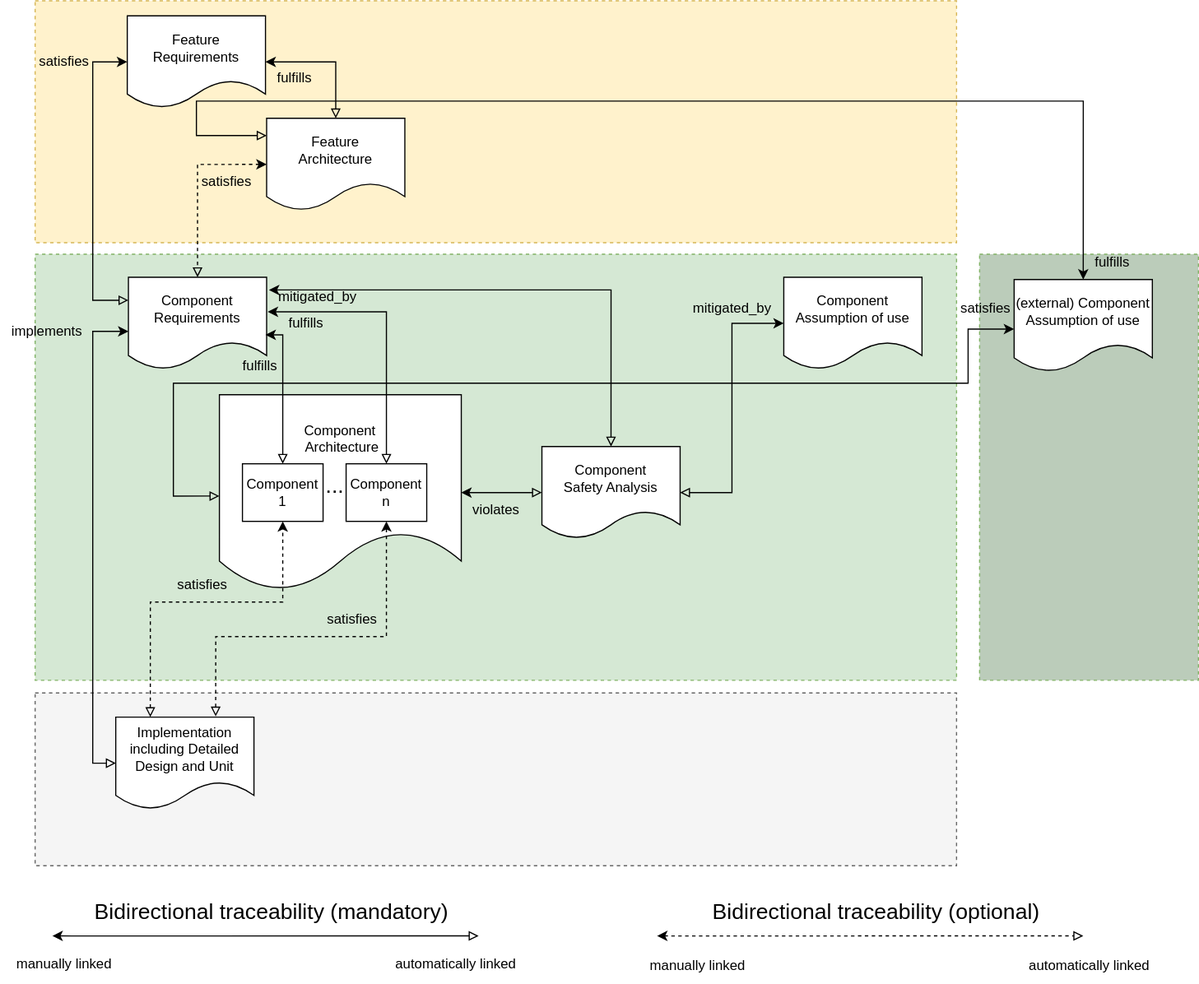
eclipse-score/process_description keeps this draw.io diagram as main/_images/score_traceability_model_cmp_overview_2.drawio.svg. Above is the earlier version. Source tidied: cells renumbered, new cells last; positions are measured from the earlier drawing's top-left corner, leaving out a move shared by most shapes. The source it was exported from:
```xml
<mxGraphModel>
  <root>
    <mxCell id="0" />
    <mxCell id="1" parent="0" />
    <mxCell id="2" style="rounded=0;whiteSpace=wrap;html=1;dashed=1;fillColor=#fff2cc;strokeColor=#d6b656;" parent="1" vertex="1">
      <mxGeometry x="30" width="800" height="210" as="geometry" />
    </mxCell>
    <mxCell id="3" style="rounded=0;whiteSpace=wrap;html=1;dashed=1;fillColor=#d5e8d4;strokeColor=#82b366;" parent="1" vertex="1">
      <mxGeometry x="30" y="220" width="800" height="370" as="geometry" />
    </mxCell>
    <mxCell id="4" value="Component Assumption of use" style="shape=document;whiteSpace=wrap;html=1;boundedLbl=1;" parent="1" vertex="1">
      <mxGeometry x="680" y="240" width="120" height="80" as="geometry" />
    </mxCell>
    <mxCell id="5" value="Feature Requirements" style="shape=document;whiteSpace=wrap;html=1;boundedLbl=1;" parent="1" vertex="1">
      <mxGeometry x="110" y="13" width="120" height="80" as="geometry" />
    </mxCell>
    <mxCell id="6" style="edgeStyle=orthogonalEdgeStyle;rounded=0;jettySize=auto;html=1;entryX=0;entryY=0.5;entryDx=0;entryDy=0;startArrow=block;startFill=0;exitX=0;exitY=0.25;exitDx=0;exitDy=0;" parent="1" edge="1" source="8" target="5">
      <mxGeometry relative="1" as="geometry">
        <Array as="points">
          <mxPoint x="80" y="260" />
          <mxPoint x="80" y="53" />
        </Array>
      </mxGeometry>
    </mxCell>
    <mxCell id="7" style="edgeStyle=orthogonalEdgeStyle;rounded=0;jettySize=auto;html=1;entryX=0.5;entryY=0;entryDx=0;entryDy=0;exitX=1.017;exitY=0.138;exitDx=0;exitDy=0;startArrow=classic;startFill=1;exitPerimeter=0;endArrow=block;endFill=0;" parent="1" edge="1" source="8" target="12">
      <mxGeometry x="0.41" relative="1" as="geometry">
        <Array as="points">
          <mxPoint x="530" y="251" />
        </Array>
      </mxGeometry>
    </mxCell>
    <mxCell id="8" value="Component Requirements" style="shape=document;whiteSpace=wrap;html=1;boundedLbl=1;" parent="1" vertex="1">
      <mxGeometry x="111" y="240" width="120" height="80" as="geometry" />
    </mxCell>
    <mxCell id="9" value="Component&lt;br&gt;&amp;nbsp;Architecture&lt;br&gt;&lt;br&gt;&lt;br&gt;&lt;br&gt;" style="shape=document;whiteSpace=wrap;html=1;boundedLbl=1;" parent="1" vertex="1">
      <mxGeometry x="190" y="342" width="210" height="170" as="geometry" />
    </mxCell>
    <mxCell id="10" style="edgeStyle=orthogonalEdgeStyle;rounded=0;jettySize=auto;html=1;entryX=1;entryY=0.5;entryDx=0;entryDy=0;exitX=0.5;exitY=0;exitDx=0;exitDy=0;startArrow=block;startFill=0;" parent="1" edge="1" source="15" target="5">
      <mxGeometry relative="1" as="geometry" />
    </mxCell>
    <mxCell id="11" style="edgeStyle=orthogonalEdgeStyle;rounded=0;jettySize=auto;html=1;entryX=1;entryY=0.5;entryDx=0;entryDy=0;exitX=0;exitY=0.5;exitDx=0;exitDy=0;startArrow=block;startFill=0;" parent="1" edge="1" source="12" target="9">
      <mxGeometry x="0.51" relative="1" as="geometry" />
    </mxCell>
    <mxCell id="12" value="Component&lt;br&gt;Safety Analysis" style="shape=document;whiteSpace=wrap;html=1;boundedLbl=1;" parent="1" vertex="1">
      <mxGeometry x="470" y="387" width="120" height="80" as="geometry" />
    </mxCell>
    <mxCell id="13" style="edgeStyle=orthogonalEdgeStyle;rounded=0;jettySize=auto;html=1;startArrow=classic;startFill=1;entryX=1;entryY=0.5;entryDx=0;entryDy=0;exitX=0;exitY=0.5;exitDx=0;exitDy=0;endArrow=block;endFill=0;" parent="1" edge="1" source="4" target="12">
      <mxGeometry relative="1" as="geometry" />
    </mxCell>
    <mxCell id="14" style="edgeStyle=orthogonalEdgeStyle;rounded=0;jettySize=auto;html=1;entryX=0.5;entryY=0;entryDx=0;entryDy=0;startArrow=classic;startFill=1;exitX=0;exitY=0.5;exitDx=0;exitDy=0;dashed=1;endArrow=block;endFill=0;" parent="1" edge="1" source="15" target="8">
      <mxGeometry relative="1" as="geometry" />
    </mxCell>
    <mxCell id="15" value="Feature&lt;br&gt;Architecture" style="shape=document;whiteSpace=wrap;html=1;boundedLbl=1;" parent="1" vertex="1">
      <mxGeometry x="231" y="102" width="120" height="80" as="geometry" />
    </mxCell>
    <mxCell id="16" value="&lt;div style=&quot;font-family: Consolas, &amp;quot;Courier New&amp;quot;, monospace; line-height: 19px;&quot;&gt;&lt;br&gt;&lt;/div&gt;" style="text;html=1;align=center;verticalAlign=middle;strokeColor=none;fillColor=none;fontSize=6;fontColor=#000000;" parent="1" vertex="1">
      <mxGeometry x="155" y="48" width="20" height="30" as="geometry" />
    </mxCell>
    <mxCell id="17" style="rounded=0;whiteSpace=wrap;html=1;dashed=1;fillColor=#BBCCBA;strokeColor=#82b366;" parent="1" vertex="1">
      <mxGeometry x="850" y="220" width="190" height="370" as="geometry" />
    </mxCell>
    <mxCell id="18" style="edgeStyle=orthogonalEdgeStyle;rounded=0;jettySize=auto;html=1;entryX=0;entryY=0.25;entryDx=0;entryDy=0;fontSize=19;startArrow=classic;startFill=1;exitX=0.5;exitY=0;exitDx=0;exitDy=0;endArrow=block;endFill=0;" parent="1" edge="1" source="19">
      <mxGeometry relative="1" as="geometry">
        <mxPoint x="231" y="117" as="targetPoint" />
        <Array as="points">
          <mxPoint x="940" y="87" />
          <mxPoint x="170" y="87" />
          <mxPoint x="170" y="117" />
        </Array>
      </mxGeometry>
    </mxCell>
    <mxCell id="19" value="(external) Component Assumption of use" style="shape=document;whiteSpace=wrap;html=1;boundedLbl=1;" parent="1" vertex="1">
      <mxGeometry x="880" y="242" width="120" height="80" as="geometry" />
    </mxCell>
    <mxCell id="20" style="edgeStyle=orthogonalEdgeStyle;rounded=0;orthogonalLoop=1;jettySize=auto;html=1;exitX=0;exitY=0.5;exitDx=0;exitDy=0;startArrow=block;startFill=0;entryX=0;entryY=0.5;entryDx=0;entryDy=0;" parent="1" edge="1">
      <mxGeometry relative="1" as="geometry">
        <mxPoint x="190" y="430" as="sourcePoint" />
        <mxPoint x="880" y="285" as="targetPoint" />
        <Array as="points">
          <mxPoint x="150" y="430" />
          <mxPoint x="150" y="332" />
          <mxPoint x="840" y="332" />
          <mxPoint x="840" y="285" />
        </Array>
      </mxGeometry>
    </mxCell>
    <mxCell id="21" style="rounded=0;whiteSpace=wrap;html=1;dashed=1;fillColor=#f5f5f5;fontColor=#333333;strokeColor=#666666;" parent="1" vertex="1">
      <mxGeometry x="30" y="601" width="800" height="150" as="geometry" />
    </mxCell>
    <mxCell id="22" style="edgeStyle=orthogonalEdgeStyle;rounded=0;jettySize=auto;html=1;startArrow=block;startFill=0;exitX=0;exitY=0.5;exitDx=0;exitDy=0;entryX=0;entryY=0.588;entryDx=0;entryDy=0;entryPerimeter=0;" parent="1" edge="1" source="24" target="8">
      <mxGeometry relative="1" as="geometry" />
    </mxCell>
    <mxCell id="23" style="edgeStyle=orthogonalEdgeStyle;rounded=0;jettySize=auto;html=1;entryX=0.5;entryY=1;entryDx=0;entryDy=0;exitX=0.25;exitY=0;exitDx=0;exitDy=0;startArrow=block;startFill=0;dashed=1;" parent="1" edge="1" source="24" target="25">
      <mxGeometry x="0.31" relative="1" as="geometry">
        <Array as="points">
          <mxPoint x="130" y="522" />
          <mxPoint x="245" y="522" />
        </Array>
      </mxGeometry>
    </mxCell>
    <mxCell id="24" value="Implementation&lt;br&gt;including Detailed Design and Unit" style="shape=document;whiteSpace=wrap;html=1;boundedLbl=1;" parent="1" vertex="1">
      <mxGeometry x="100" y="622" width="120" height="80" as="geometry" />
    </mxCell>
    <mxCell id="25" value="Component 1" style="rounded=0;whiteSpace=wrap;html=1;" parent="1" vertex="1">
      <mxGeometry x="210" y="402" width="70" height="50" as="geometry" />
    </mxCell>
    <mxCell id="26" value="Component n" style="rounded=0;whiteSpace=wrap;html=1;" parent="1" vertex="1">
      <mxGeometry x="300" y="402" width="70" height="50" as="geometry" />
    </mxCell>
    <mxCell id="27" style="edgeStyle=orthogonalEdgeStyle;rounded=0;jettySize=auto;html=1;entryX=1.008;entryY=0.375;entryDx=0;entryDy=0;exitX=0.5;exitY=0;exitDx=0;exitDy=0;entryPerimeter=0;startArrow=block;startFill=0;" parent="1" edge="1" source="26" target="8">
      <mxGeometry relative="1" as="geometry" />
    </mxCell>
    <mxCell id="28" style="edgeStyle=orthogonalEdgeStyle;rounded=0;jettySize=auto;html=1;entryX=0.992;entryY=0.625;entryDx=0;entryDy=0;entryPerimeter=0;exitX=0.5;exitY=0;exitDx=0;exitDy=0;startArrow=block;startFill=0;" parent="1" edge="1" source="25" target="8">
      <mxGeometry relative="1" as="geometry">
        <Array as="points">
          <mxPoint x="245" y="290" />
        </Array>
      </mxGeometry>
    </mxCell>
    <mxCell id="29" style="edgeStyle=orthogonalEdgeStyle;rounded=0;jettySize=auto;html=1;entryX=0.5;entryY=1;entryDx=0;entryDy=0;exitX=0.723;exitY=-0.007;exitDx=0;exitDy=0;exitPerimeter=0;startArrow=block;startFill=0;dashed=1;" parent="1" edge="1" source="24" target="26">
      <mxGeometry x="0.38" y="5" relative="1" as="geometry">
        <Array as="points">
          <mxPoint x="187" y="552" />
          <mxPoint x="335" y="552" />
        </Array>
      </mxGeometry>
    </mxCell>
    <mxCell id="30" value="&lt;font style=&quot;font-size: 19px;&quot;&gt;...&lt;/font&gt;" style="text;html=1;align=center;verticalAlign=middle;strokeColor=none;fillColor=none;" parent="1" vertex="1">
      <mxGeometry x="270" y="402" width="40" height="40" as="geometry" />
    </mxCell>
    <mxCell id="31" style="edgeStyle=orthogonalEdgeStyle;rounded=0;orthogonalLoop=1;jettySize=auto;html=1;startArrow=classic;startFill=1;endArrow=block;endFill=0;" parent="1" edge="1">
      <mxGeometry x="0.38" y="5" relative="1" as="geometry">
        <mxPoint x="45" y="812" as="sourcePoint" />
        <mxPoint x="415" y="812" as="targetPoint" />
        <Array as="points">
          <mxPoint x="62" y="812" />
        </Array>
      </mxGeometry>
    </mxCell>
    <mxCell id="32" value="Bidirectional traceability (mandatory)" style="text;html=1;align=center;verticalAlign=middle;strokeColor=none;fillColor=none;fontSize=19;" parent="1" vertex="1">
      <mxGeometry x="70" y="772" width="330" height="40" as="geometry" />
    </mxCell>
    <mxCell id="33" style="edgeStyle=orthogonalEdgeStyle;rounded=0;orthogonalLoop=1;jettySize=auto;html=1;startArrow=classic;startFill=1;dashed=1;endArrow=block;endFill=0;" parent="1" edge="1">
      <mxGeometry x="0.38" y="5" relative="1" as="geometry">
        <mxPoint x="570" y="812" as="sourcePoint" />
        <mxPoint x="940" y="812" as="targetPoint" />
        <Array as="points">
          <mxPoint x="587" y="812" />
        </Array>
      </mxGeometry>
    </mxCell>
    <mxCell id="34" value="Bidirectional traceability (optional)" style="text;html=1;align=center;verticalAlign=middle;strokeColor=none;fillColor=none;fontSize=19;" parent="1" vertex="1">
      <mxGeometry x="605" y="772" width="310" height="40" as="geometry" />
    </mxCell>
    <mxCell id="35" value="manually linked" style="text;html=1;align=center;verticalAlign=middle;strokeColor=none;fillColor=none;" parent="1" vertex="1">
      <mxGeometry y="822" width="110" height="30" as="geometry" />
    </mxCell>
    <mxCell id="36" value="automatically linked" style="text;html=1;align=center;verticalAlign=middle;strokeColor=none;fillColor=none;" parent="1" vertex="1">
      <mxGeometry x="330" y="822" width="130" height="30" as="geometry" />
    </mxCell>
    <mxCell id="37" value="manually linked" style="text;html=1;align=center;verticalAlign=middle;strokeColor=none;fillColor=none;" parent="1" vertex="1">
      <mxGeometry x="550" y="823" width="110" height="30" as="geometry" />
    </mxCell>
    <mxCell id="38" value="automatically linked" style="text;html=1;align=center;verticalAlign=middle;strokeColor=none;fillColor=none;" parent="1" vertex="1">
      <mxGeometry x="880" y="823" width="130" height="30" as="geometry" />
    </mxCell>
    <mxCell id="39" value="satisfies" style="text;html=1;align=center;verticalAlign=middle;strokeColor=none;fillColor=none;" parent="1" vertex="1">
      <mxGeometry x="140" y="492" width="70" height="30" as="geometry" />
    </mxCell>
    <mxCell id="40" value="satisfies" style="text;html=1;align=center;verticalAlign=middle;strokeColor=none;fillColor=none;" parent="1" vertex="1">
      <mxGeometry x="270" y="522" width="70" height="30" as="geometry" />
    </mxCell>
    <mxCell id="41" value="violates" style="text;html=1;align=center;verticalAlign=middle;strokeColor=none;fillColor=none;" parent="1" vertex="1">
      <mxGeometry x="400" y="427" width="60" height="30" as="geometry" />
    </mxCell>
    <mxCell id="42" value="mitigated_by" style="text;html=1;align=center;verticalAlign=middle;strokeColor=none;fillColor=none;" parent="1" vertex="1">
      <mxGeometry x="590" y="252" width="90" height="30" as="geometry" />
    </mxCell>
    <mxCell id="43" value="satisfies" style="text;html=1;align=center;verticalAlign=middle;strokeColor=none;fillColor=none;" parent="1" vertex="1">
      <mxGeometry x="820" y="252" width="70" height="30" as="geometry" />
    </mxCell>
    <mxCell id="44" value="fulfills" style="text;html=1;align=center;verticalAlign=middle;strokeColor=none;fillColor=none;" parent="1" vertex="1">
      <mxGeometry x="940" y="212" width="50" height="30" as="geometry" />
    </mxCell>
    <mxCell id="45" value="satisfies" style="text;html=1;align=center;verticalAlign=middle;strokeColor=none;fillColor=none;" parent="1" vertex="1">
      <mxGeometry x="161" y="142" width="70" height="30" as="geometry" />
    </mxCell>
    <mxCell id="46" value="satisfies" style="text;html=1;align=center;verticalAlign=middle;strokeColor=none;fillColor=none;" parent="1" vertex="1">
      <mxGeometry x="20" y="38" width="70" height="30" as="geometry" />
    </mxCell>
    <mxCell id="47" value="fulfills" style="text;html=1;align=center;verticalAlign=middle;strokeColor=none;fillColor=none;" parent="1" vertex="1">
      <mxGeometry x="230" y="52" width="50" height="30" as="geometry" />
    </mxCell>
    <mxCell id="48" value="mitigated_by" style="text;html=1;align=center;verticalAlign=middle;strokeColor=none;fillColor=none;" parent="1" vertex="1">
      <mxGeometry x="230" y="242" width="90" height="30" as="geometry" />
    </mxCell>
    <mxCell id="49" value="implements" style="text;html=1;align=center;verticalAlign=middle;strokeColor=none;fillColor=none;" parent="1" vertex="1">
      <mxGeometry y="272" width="80" height="30" as="geometry" />
    </mxCell>
    <mxCell id="50" value="fulfills" style="text;html=1;align=center;verticalAlign=middle;strokeColor=none;fillColor=none;" parent="1" vertex="1">
      <mxGeometry x="240" y="265" width="50" height="30" as="geometry" />
    </mxCell>
    <mxCell id="51" value="fulfills" style="text;html=1;align=center;verticalAlign=middle;strokeColor=none;fillColor=none;" parent="1" vertex="1">
      <mxGeometry x="200" y="302" width="50" height="30" as="geometry" />
    </mxCell>
  </root>
</mxGraphModel>
```
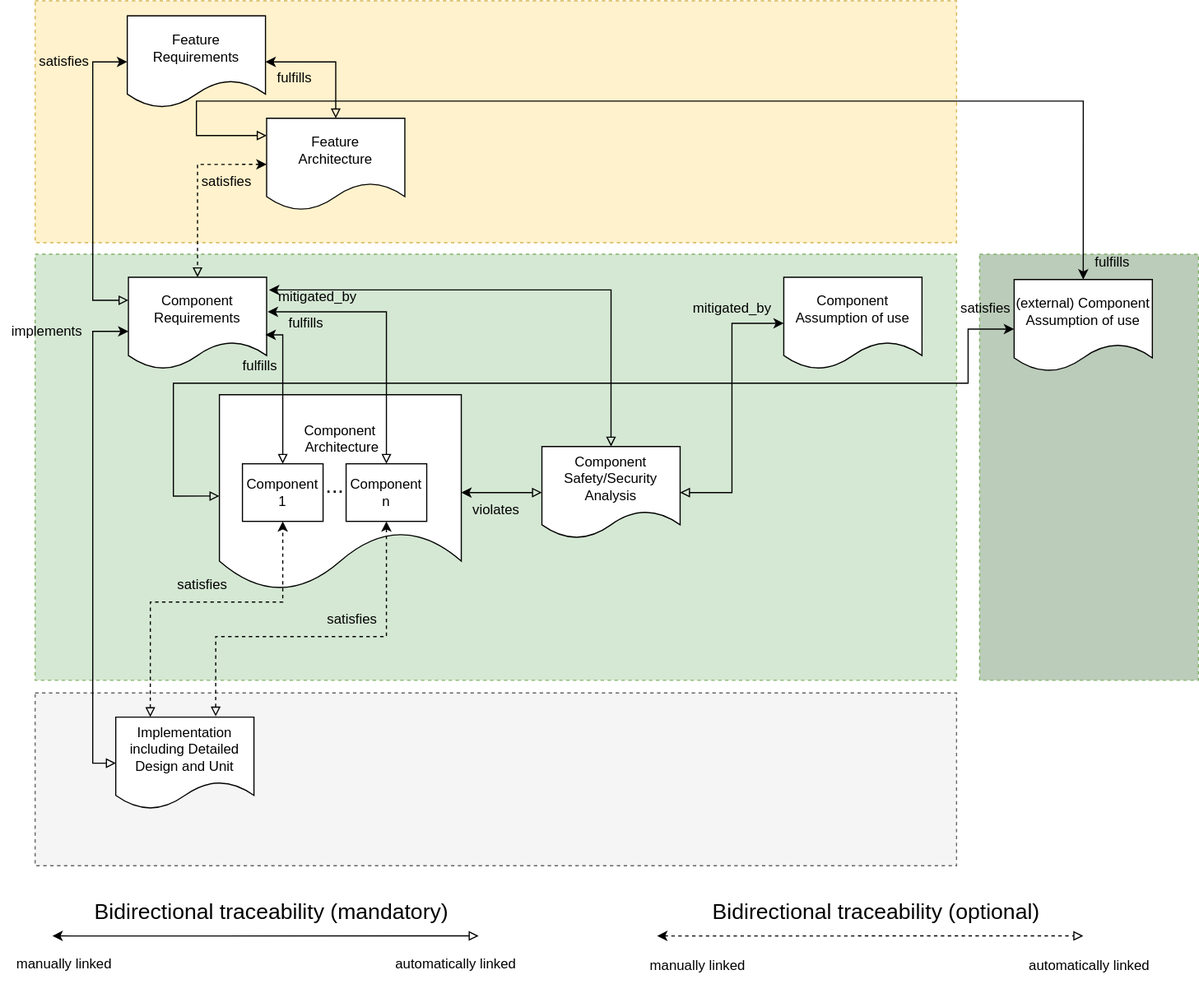
Later version of the same file.

Diff of the diagram source:
```diff
@@ -41,7 +41,7 @@
     <mxCell id="11" style="edgeStyle=orthogonalEdgeStyle;rounded=0;jettySize=auto;html=1;entryX=1;entryY=0.5;entryDx=0;entryDy=0;exitX=0;exitY=0.5;exitDx=0;exitDy=0;startArrow=block;startFill=0;" parent="1" edge="1" source="12" target="9">
       <mxGeometry x="0.51" relative="1" as="geometry" />
     </mxCell>
-    <mxCell id="12" value="Component&lt;br&gt;Safety Analysis" style="shape=document;whiteSpace=wrap;html=1;boundedLbl=1;" parent="1" vertex="1">
+    <mxCell id="12" value="Component&lt;br&gt;Safety/Security Analysis" style="shape=document;whiteSpace=wrap;html=1;boundedLbl=1;" parent="1" vertex="1">
       <mxGeometry x="470" y="387" width="120" height="80" as="geometry" />
     </mxCell>
     <mxCell id="13" style="edgeStyle=orthogonalEdgeStyle;rounded=0;jettySize=auto;html=1;startArrow=classic;startFill=1;entryX=1;entryY=0.5;entryDx=0;entryDy=0;exitX=0;exitY=0.5;exitDx=0;exitDy=0;endArrow=block;endFill=0;" parent="1" edge="1" source="4" target="12">
```
